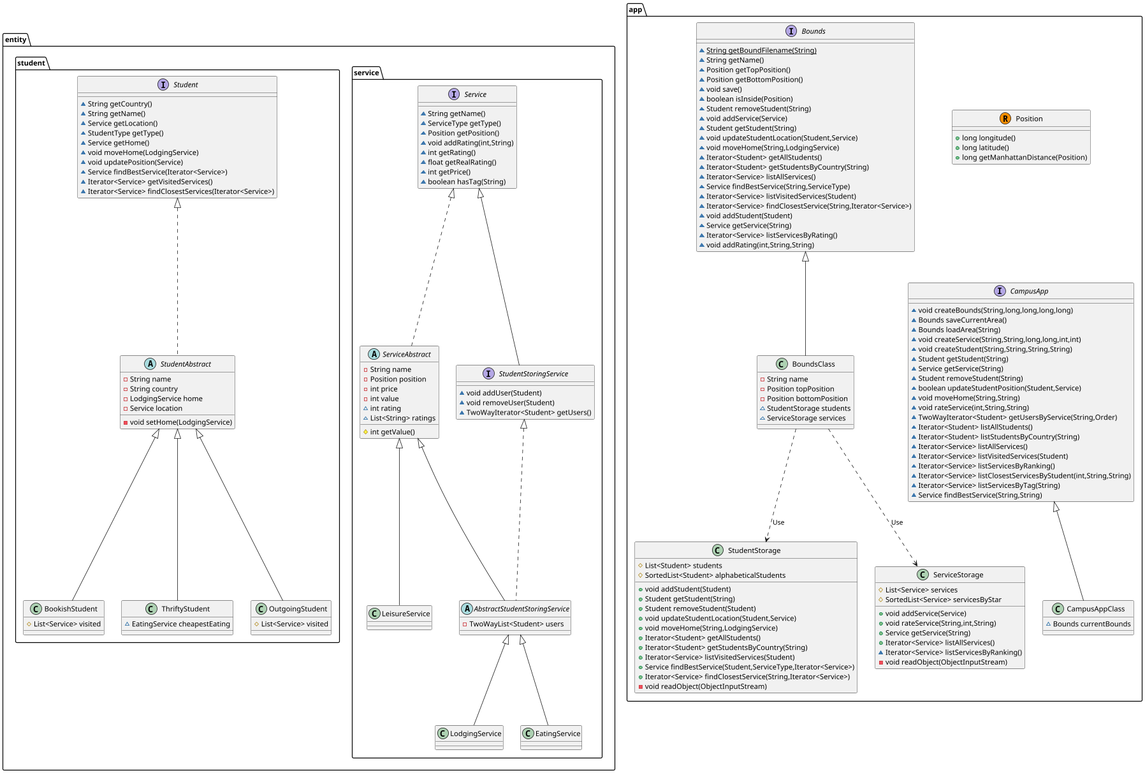
Before: diagram.png, a diagram exported from PlantUML (thiphane/AED_prog).
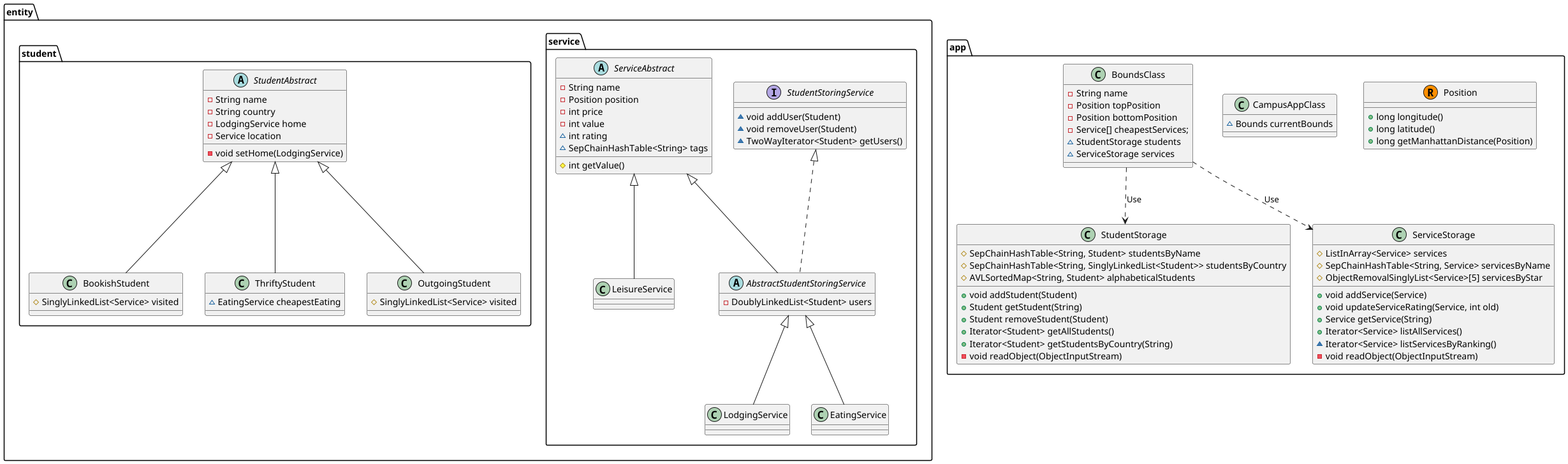
The same file after the commit.

Diff of the diagram source:
```diff
@@ -1,5 +1,5 @@
 @startuml
-abstract class entity.student.StudentAbstract implements entity.student.Student {
+abstract class entity.student.StudentAbstract {
 - String name
 - String country
 - LodgingService home
@@ -7,10 +7,11 @@
 - void setHome(LodgingService)
 }
 
-class app.BoundsClass extends app.Bounds {
+class app.BoundsClass {
 - String name
 - Position topPosition
 - Position bottomPosition
+- Service[] cheapestServices;
 ~ StudentStorage students
 ~ ServiceStorage services
 }
@@ -19,32 +20,8 @@
 class entity.service.LeisureService extends entity.service.ServiceAbstract {
 }
 
-
-interface app.CampusApp {
-~ void createBounds(String,long,long,long,long)
-~ Bounds saveCurrentArea()
-~ Bounds loadArea(String)
-~ void createService(String,String,long,long,int,int)
-~ void createStudent(String,String,String,String)
-~ Student getStudent(String)
-~ Service getService(String)
-~ Student removeStudent(String)
-~ boolean updateStudentPosition(Student,Service)
-~ void moveHome(String,String)
-~ void rateService(int,String,String)
-~ TwoWayIterator<Student> getUsersByService(String,Order)
-~ Iterator<Student> listAllStudents()
-~ Iterator<Student> listStudentsByCountry(String)
-~ Iterator<Service> listAllServices()
-~ Iterator<Service> listVisitedServices(Student)
-~ Iterator<Service> listServicesByRanking()
-~ Iterator<Service> listClosestServicesByStudent(int,String,String)
-~ Iterator<Service> listServicesByTag(String)
-~ Service findBestService(String,String)
-}
-
 class entity.student.BookishStudent extends entity.student.StudentAbstract  {
-# List<Service> visited
+# SinglyLinkedList<Service> visited
 }
 
 
@@ -52,25 +29,12 @@
 ~ EatingService cheapestEating
 }
 
-interface entity.student.Student {
-~ String getCountry()
-~ String getName()
-~ Service getLocation()
-~ StudentType getType()
-~ Service getHome()
-~ void moveHome(LodgingService)
-~ void updatePosition(Service)
-~ Service findBestService(Iterator<Service>)
-~ Iterator<Service> getVisitedServices()
-~ Iterator<Service> findClosestServices(Iterator<Service>)
-}
-
 class entity.student.OutgoingStudent extends entity.student.StudentAbstract {
-# List<Service> visited
+# SinglyLinkedList<Service> visited
 }
 
 
-interface entity.service.StudentStoringService extends entity.service.Service {
+interface entity.service.StudentStoringService {
 ~ void addUser(Student)
 ~ void removeUser(Student)
 ~ TwoWayIterator<Student> getUsers()
@@ -80,71 +44,43 @@
 }
 
 class app.StudentStorage {
-# List<Student> students
-# SortedList<Student> alphabeticalStudents
+# SepChainHashTable<String, Student> studentsByName
+# SepChainHashTable<String, SinglyLinkedList<Student>> studentsByCountry
+# AVLSortedMap<String, Student> alphabeticalStudents
 + void addStudent(Student)
 + Student getStudent(String)
 + Student removeStudent(Student)
-+ void updateStudentLocation(Student,Service)
-+ void moveHome(String,LodgingService)
 + Iterator<Student> getAllStudents()
 + Iterator<Student> getStudentsByCountry(String)
-+ Iterator<Service> listVisitedServices(Student)
-+ Service findBestService(Student,ServiceType,Iterator<Service>)
-+ Iterator<Service> findClosestService(String,Iterator<Service>)
 - void readObject(ObjectInputStream)
 }
 
-
-interface app.Bounds {
-~ {static} String getBoundFilename(String)
-~ String getName()
-~ Position getTopPosition()
-~ Position getBottomPosition()
-~ void save()
-~ boolean isInside(Position)
-~ Student removeStudent(String)
-~ void addService(Service)
-~ Student getStudent(String)
-~ void updateStudentLocation(Student,Service)
-~ void moveHome(String,LodgingService)
-~ Iterator<Student> getAllStudents()
-~ Iterator<Student> getStudentsByCountry(String)
-~ Iterator<Service> listAllServices()
-~ Service findBestService(String,ServiceType)
-~ Iterator<Service> listVisitedServices(Student)
-~ Iterator<Service> findClosestService(String,Iterator<Service>)
-~ void addStudent(Student)
-~ Service getService(String)
-~ Iterator<Service> listServicesByRating()
-~ void addRating(int,String,String)
-}
-
 class app.ServiceStorage {
-# List<Service> services
-# SortedList<Service> servicesByStar
+# ListInArray<Service> services
+# SepChainHashTable<String, Service> servicesByName
+# ObjectRemovalSinglyList<Service>[5] servicesByStar
 + void addService(Service)
-+ void rateService(String,int,String)
++ void updateServiceRating(Service, int old)
 + Service getService(String)
 + Iterator<Service> listAllServices()
 ~ Iterator<Service> listServicesByRanking()
 - void readObject(ObjectInputStream)
 }
 
-abstract class entity.service.ServiceAbstract implements entity.service.Service {
+abstract class entity.service.ServiceAbstract {
 - String name
 - Position position
 - int price
 - int value
 ~ int rating
-~ List<String> ratings
+~ SepChainHashTable<String> tags
 # int getValue()
 }
 
 class entity.service.EatingService extends entity.service.AbstractStudentStoringService {
 }
 
-class app.CampusAppClass extends app.CampusApp {
+class app.CampusAppClass {
 ~ Bounds currentBounds
 }
 
@@ -156,21 +92,9 @@
 
 
 abstract class entity.service.AbstractStudentStoringService extends entity.service.ServiceAbstract implements entity.service.StudentStoringService {
-- TwoWayList<Student> users
-}
-
-interface entity.service.Service {
-~ String getName()
-~ ServiceType getType()
-~ Position getPosition()
-~ void addRating(int,String)
-~ int getRating()
-~ float getRealRating()
-~ int getPrice()
-~ boolean hasTag(String)
+- DoublyLinkedList<Student> users
 }
 
 app.BoundsClass ..> app.ServiceStorage : Use
 app.BoundsClass ..> app.StudentStorage : Use
-app.Position <..[hidden] app.CampusApp
 @enduml
```
